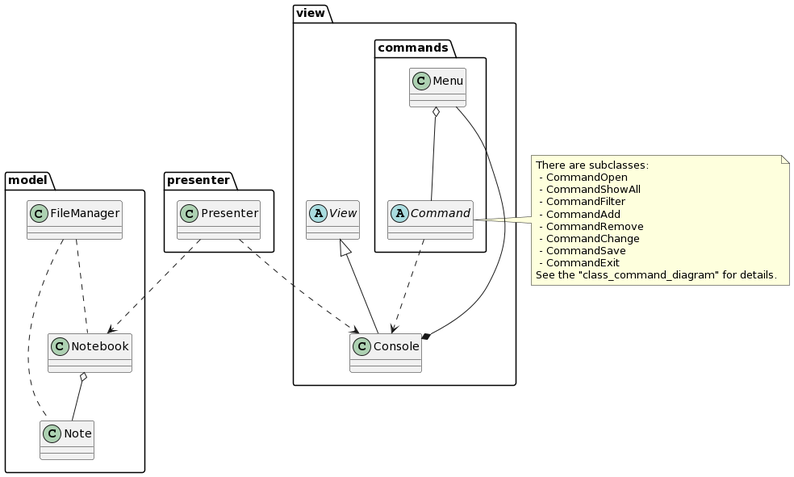
This is diagrams/diagram.png from ElenaAgapitova/Intermediate_certification_Python, a PlantUML export, as it was before one commit. Source of this version:
```plantuml
@startuml
package "model" {
   class Note
   class Notebook
   class FileManager
   Notebook o-- Note
   FileManager .. Notebook
   FileManager .. Note
}


package "view"{
  abstract class View
  class Console
  package "commands" {
    abstract class Command
    class Menu
    Menu o-- Command
  }
  View <|-- Console
  Menu --* Console
  Command ..> Console
}



package "presenter" {
   class Presenter
   Presenter ..> Notebook
   Presenter ..> Console
}

note right of Command
  There are subclasses:
   - CommandOpen
   - CommandShowAll
   - CommandFilter
   - CommandAdd
   - CommandRemove
   - CommandChange
   - CommandSave
   - CommandExit
  See the "class_command_diagram" for details.
end note
@enduml
```
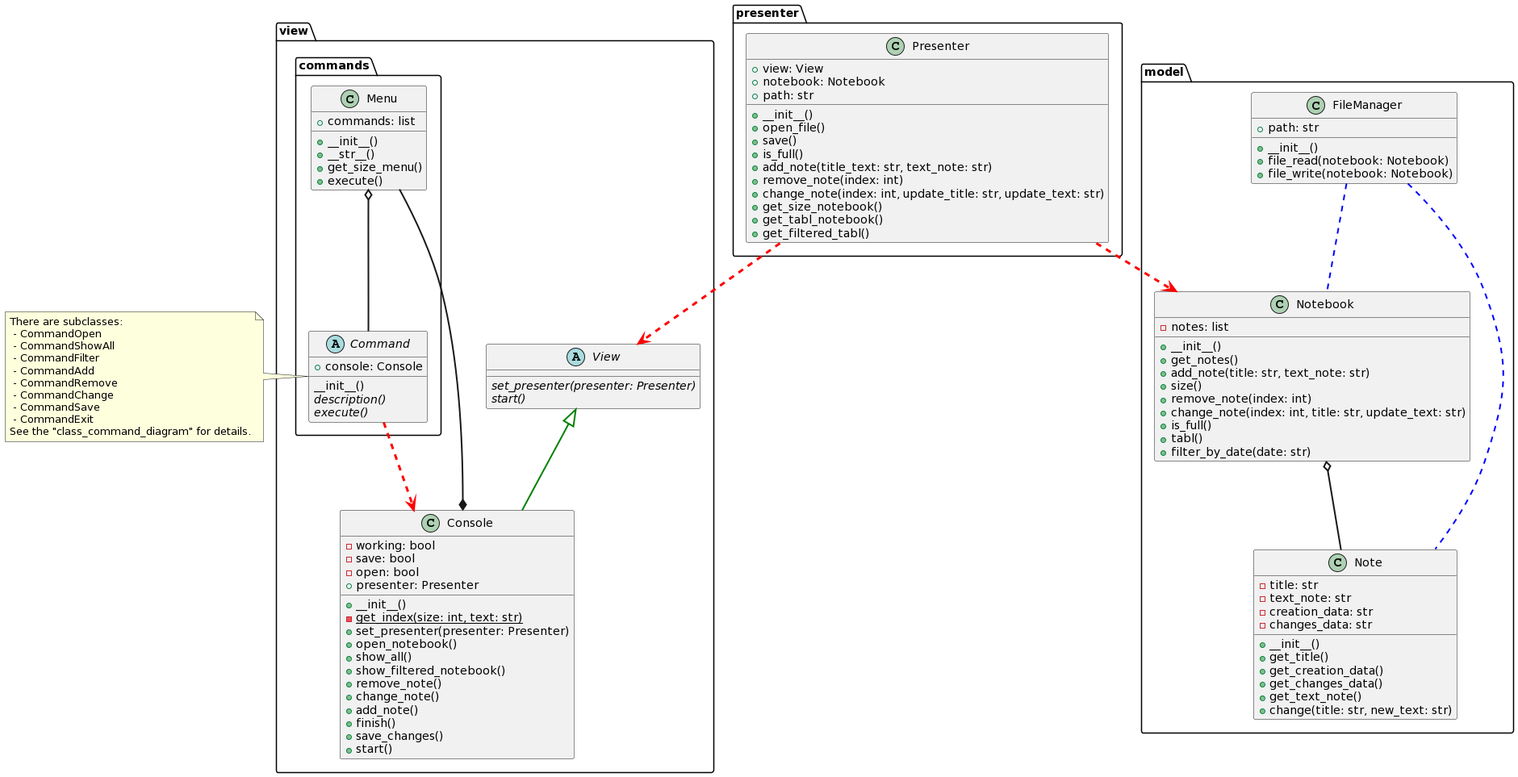
The same diagram one commit later.

Commit message:
Added anotation and changed diagrams

The edit, as a diff of the source:
```diff
@@ -1,36 +1,108 @@
 @startuml
 package "model" {
-   class Note
-   class Notebook
-   class FileManager
-   Notebook o-- Note
-   FileManager .. Notebook
-   FileManager .. Note
+   class Note {
+     -title: str
+     -text_note: str
+     -creation_data: str
+     -changes_data: str
+     +__init__()
+     +get_title()
+     +get_creation_data()
+     +get_changes_data()
+     +get_text_note()
+     +change(title: str, new_text: str)
+}
+   class Notebook {
+   -notes: list
+    +__init__()
+    +get_notes()
+    +add_note(title: str, text_note: str)
+    +size()
+    +remove_note(index: int)
+    +change_note(index: int, title: str, update_text: str)
+    +is_full()
+    +tabl()
+    +filter_by_date(date: str)
+
+}
+   class FileManager {
+   +path: str
+   +__init__()
+   +file_read(notebook: Notebook)
+   +file_write(notebook: Notebook)
+
+}
+   Notebook o-[bold]- Note
+   FileManager -[#blue,dashed,thickness=2]- Notebook
+   FileManager -[#blue,dashed,thickness=2]- Note
 }
 
 
 package "view"{
-  abstract class View
-  class Console
+  abstract class View {
+  {abstract} set_presenter(presenter: Presenter)
+  {abstract} start()
+}
+  class Console  {
+  -working: bool
+  -save: bool
+  -open: bool
+  +presenter: Presenter
+  +__init__()
+  {static} -get_index(size: int, text: str)
+  +set_presenter(presenter: Presenter)
+  +open_notebook()
+  +show_all()
+  +show_filtered_notebook()
+  +remove_note()
+  +change_note()
+  +add_note()
+  +finish()
+  +save_changes()
+  +start()
+}
   package "commands" {
-    abstract class Command
-    class Menu
-    Menu o-- Command
+    abstract class Command {
++console: Console
+__init__()
+{abstract} description()
+{abstract} execute()
+}
+    class Menu {
+  +commands: list
+  +__init__()
+  +__str__()
+  +get_size_menu()
+  +execute()
+}
+    Menu o-[bold]- Command
   }
-  View <|-- Console
-  Menu --* Console
-  Command ..> Console
+  View <|-[#green,bold]- Console
+  Menu -[bold]-* Console
+  Command -[#red,dashed,thickness=3]-> Console
 }
 
-
-
 package "presenter" {
-   class Presenter
-   Presenter ..> Notebook
-   Presenter ..> Console
+   class Presenter {
+   +view: View
+   +notebook: Notebook
+   +path: str
+   +__init__()
+   +open_file()
+   +save()
+   +is_full()
+   +add_note(title_text: str, text_note: str)
+   +remove_note(index: int)
+   +change_note(index: int, update_title: str, update_text: str)
+   +get_size_notebook()
+   +get_tabl_notebook()
+   +get_filtered_tabl()
+}
+   Presenter -[#red,dashed,thickness=3]-> Notebook
+   Presenter -[#red,dashed,thickness=3]-> View
 }
 
-note right of Command
+note left of Command
   There are subclasses:
    - CommandOpen
    - CommandShowAll
```
